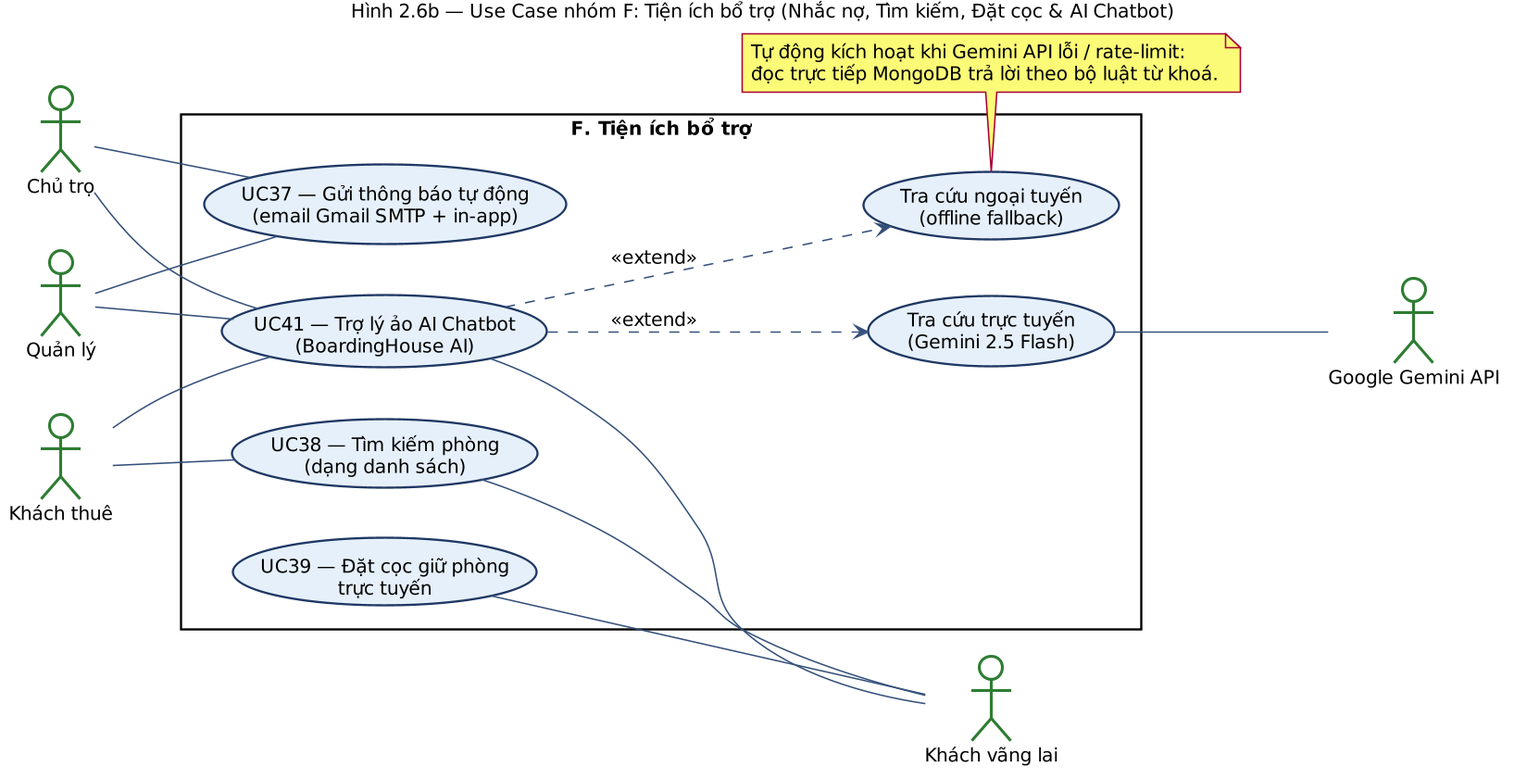
This is docs/diagrams/png/2.06b_uc_utilities.png from DiepTuHuy/Hostel_Management, a PlantUML export, as it was before one commit.
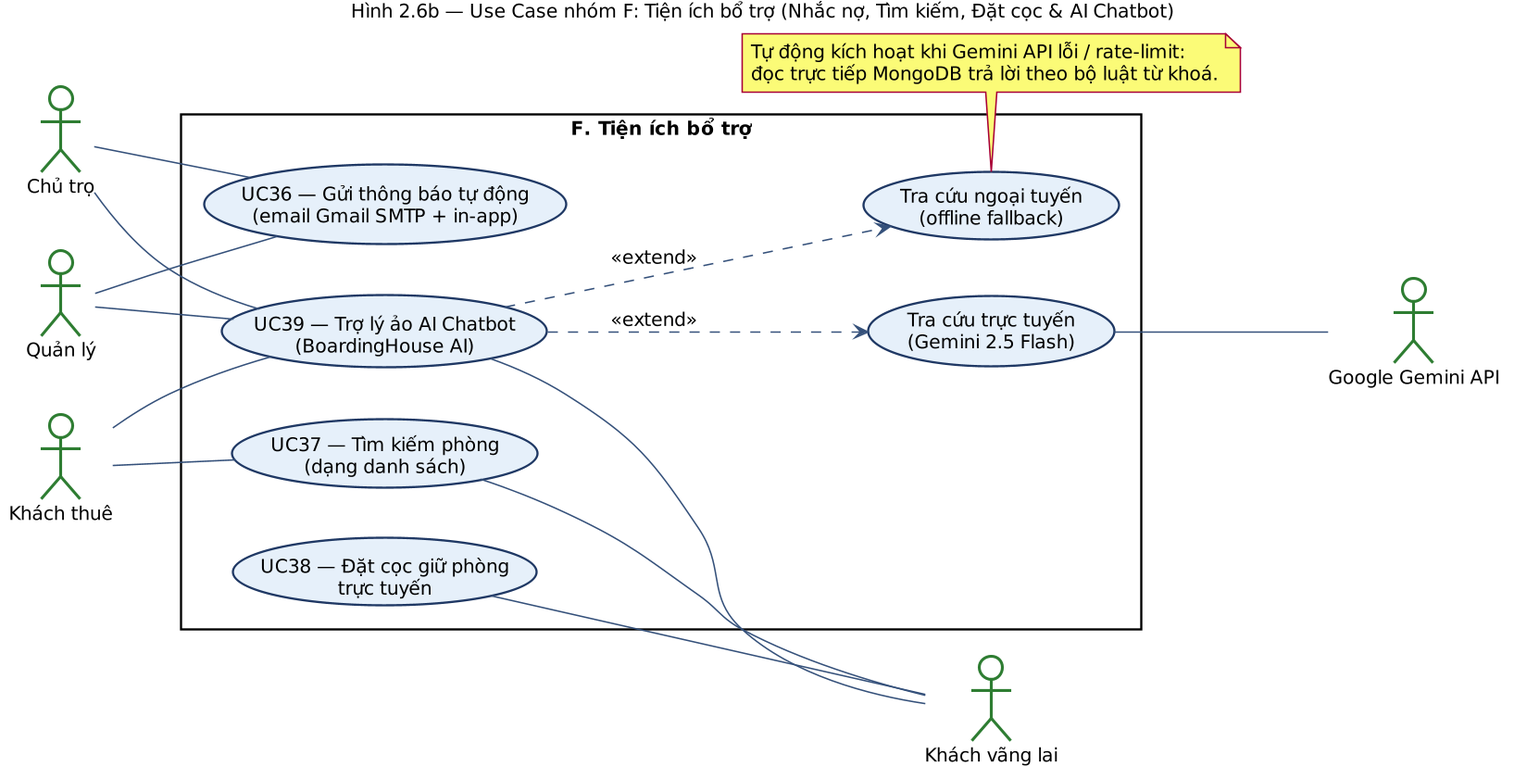
After the change.

The edit, as a diff of the source:
```diff
@@ -24,10 +24,10 @@
 actor "Google Gemini API" as Gemini
 
 rectangle "F. Tiện ích bổ trợ" {
-  usecase "UC37 — Gửi thông báo tự động\n(email Gmail SMTP + in-app)" as F1
-  usecase "UC38 — Tìm kiếm phòng\n(dạng danh sách)"  as F2
-  usecase "UC39 — Đặt cọc giữ phòng\ntrực tuyến"     as F3
-  usecase "UC41 — Trợ lý ảo AI Chatbot\n(BoardingHouse AI)" as F4
+  usecase "UC36 — Gửi thông báo tự động\n(email Gmail SMTP + in-app)" as F1
+  usecase "UC37 — Tìm kiếm phòng\n(dạng danh sách)"  as F2
+  usecase "UC38 — Đặt cọc giữ phòng\ntrực tuyến"     as F3
+  usecase "UC39 — Trợ lý ảo AI Chatbot\n(BoardingHouse AI)" as F4
   usecase "Tra cứu trực tuyến\n(Gemini 2.5 Flash)"   as F5
   usecase "Tra cứu ngoại tuyến\n(offline fallback)"  as F6
 }
```
